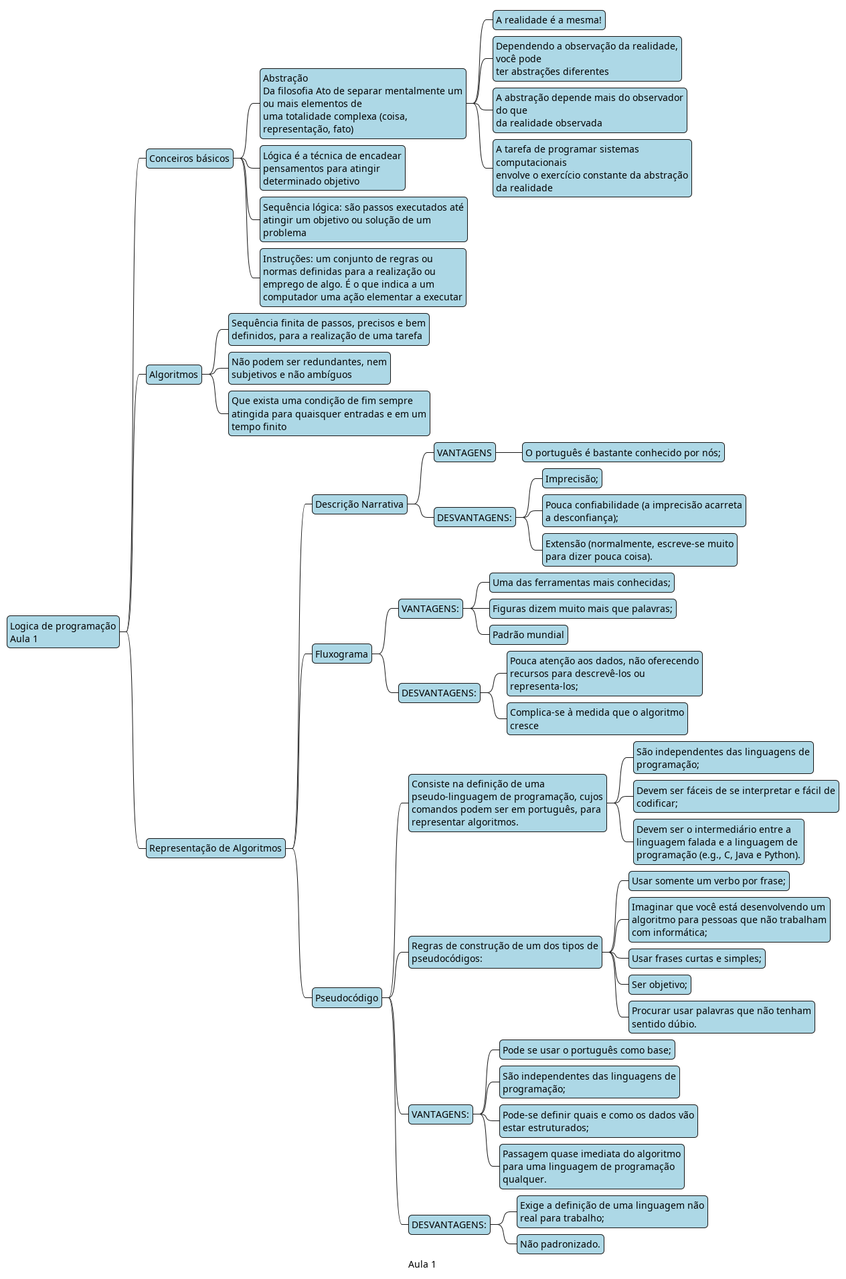
Above: aulas/aula01.png in dispositivos-moveis-ivaneyvieira/logicaProgramacao (PlantUML), before the change. The source it was exported from:
```plantuml
@startmindmap

caption Aula 1

<style>
node {
    Padding 5
    Margin 5
    HorizontalAlignment left
    LineThickness 1.0
    BackgroundColor LightBlue
    RoundCorner 10
    MaximumWidth 300
}

</style>
*:Logica de programação
Aula 1;
** Conceiros básicos
***:Abstração
Da filosofia Ato de separar mentalmente um ou mais elementos de
uma totalidade complexa (coisa, representação, fato);
**** A realidade é a mesma!
****:Dependendo a observação da realidade, você pode
ter abstrações diferentes;
****:A abstração depende mais do observador do que
da realidade observada;
****:A tarefa de programar sistemas computacionais
envolve o exercício constante da abstração da realidade;
***:Lógica é a técnica de encadear pensamentos para atingir
determinado objetivo;
*** Sequência lógica: são passos executados até atingir um objetivo ou solução de um problema
*** Instruções: um conjunto de regras ou normas definidas para a realização ou emprego de algo. É o que indica a um computador uma ação elementar a executar

** Algoritmos
*** Sequência finita de passos, precisos e bem definidos, para a realização de uma tarefa
*** Não podem ser redundantes, nem subjetivos e não ambíguos
*** Que exista uma condição de fim sempre atingida para quaisquer entradas e em um tempo finito

** Representação de Algoritmos
*** Descrição Narrativa
**** VANTAGENS
***** O português é bastante conhecido por nós;
**** DESVANTAGENS:
***** Imprecisão;
***** Pouca confiabilidade (a imprecisão acarreta a desconfiança);
***** Extensão (normalmente, escreve-se muito para dizer pouca coisa).
*** Fluxograma
**** VANTAGENS:
***** Uma das ferramentas mais conhecidas;
***** Figuras dizem muito mais que palavras;
***** Padrão mundial
**** DESVANTAGENS:
***** Pouca atenção aos dados, não oferecendo recursos para descrevê-los ou representa-los;
***** Complica-se à medida que o algoritmo cresce
*** Pseudocódigo
**** Consiste na definição de uma pseudo-linguagem de programação, cujos comandos podem ser em português, para representar algoritmos.
***** São independentes das linguagens de programação;
***** Devem ser fáceis de se interpretar e fácil de codificar;
***** Devem ser o intermediário entre a linguagem falada e a linguagem de programação (e.g., C, Java e Python).
**** Regras de construção de um dos tipos de pseudocódigos:
***** Usar somente um verbo por frase;
***** Imaginar que você está desenvolvendo um algoritmo para pessoas que não trabalham com informática;
***** Usar frases curtas e simples;
***** Ser objetivo;
***** Procurar usar palavras que não tenham sentido dúbio.
**** VANTAGENS:
***** Pode se usar o português como base;
***** São independentes das linguagens de programação;
***** Pode-se definir quais e como os dados vão estar estruturados;
***** Passagem quase imediata do algoritmo para uma linguagem de programação qualquer.
**** DESVANTAGENS:
***** Exige a definição de uma linguagem não real para trabalho;
***** Não padronizado.
@endmindmap
```
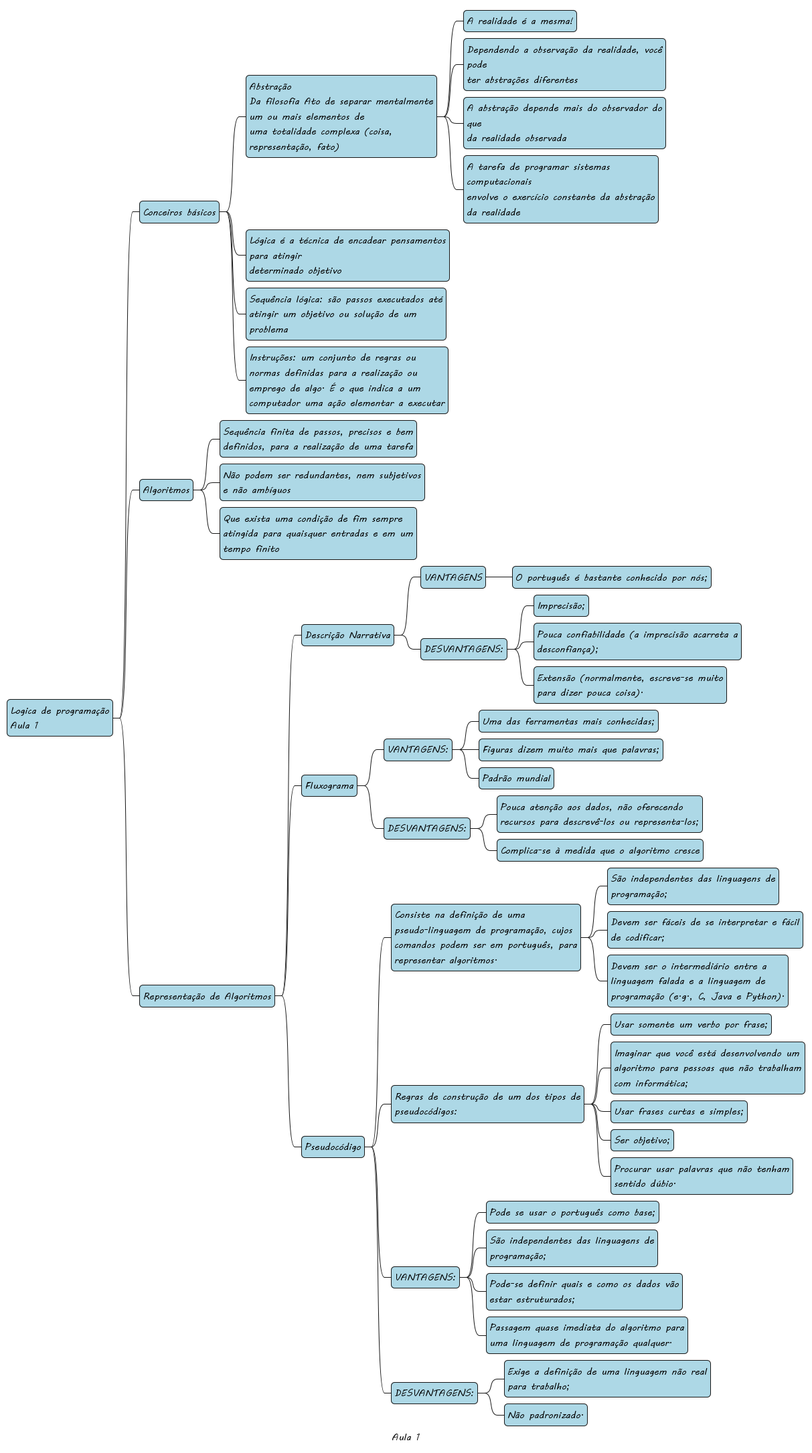
The same diagram one commit later.

Change to the diagram source:
```diff
@@ -1,4 +1,5 @@
 @startmindmap
+skinparam defaultFontName MV BOli
 
 caption Aula 1
 
@@ -12,8 +13,8 @@
     RoundCorner 10
     MaximumWidth 300
 }
+</style>
 
-</style>
 *:Logica de programação
 Aula 1;
 ** Conceiros básicos
```
